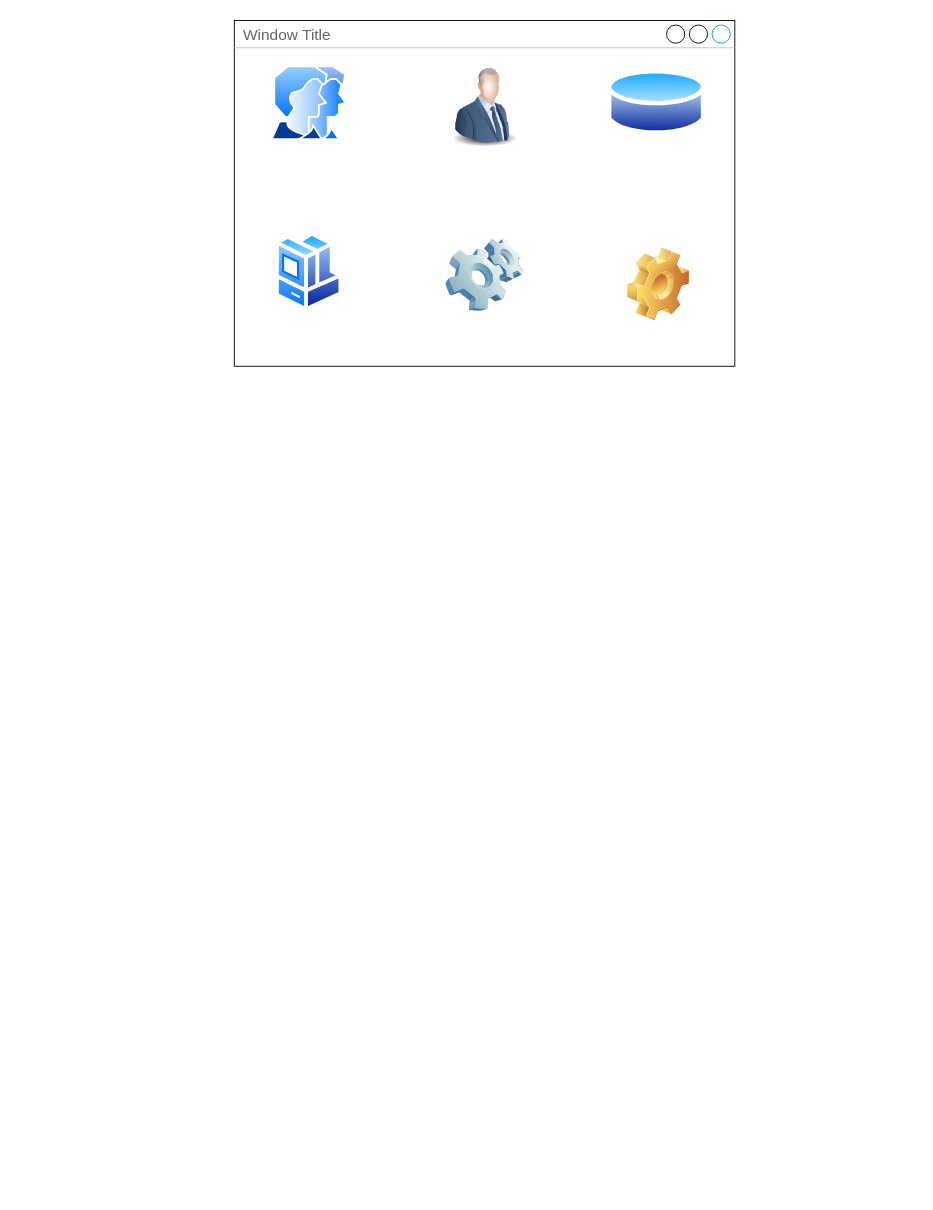
Above: Untitled Diagram.drawio in Adam-22-26/project-again (draw.io), before the change. Source tidied: cells renumbered, new cells numbered last; positions are measured from the earlier drawing's top-left corner, leaving out a move shared by most shapes. Both pictures are drawn from the tidied source at 91%, with x=0, y=0 at pixel (234, 20). Pictures stored in the file or linked from it are replaced by grey dashed boxes.
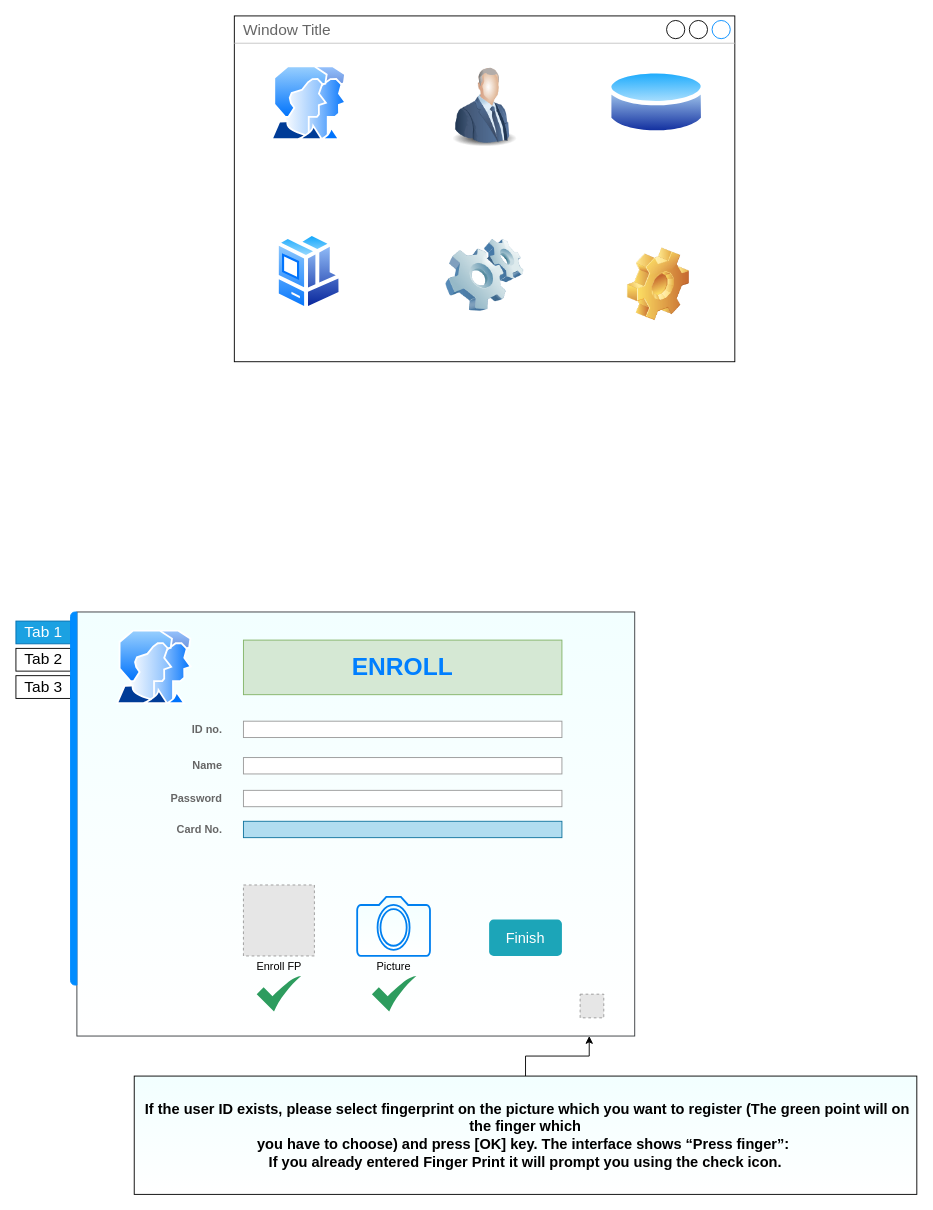
Above is the later version.

Change to the diagram source:
```diff
@@
     <mxCell id="2" value="Window Title" style="strokeWidth=1;shadow=0;dashed=0;align=center;html=1;shape=mxgraph.mockup.containers.window;align=left;verticalAlign=top;spacingLeft=8;strokeColor2=#008cff;strokeColor3=#c4c4c4;fontColor=#666666;mainText=;fontSize=17;labelBackgroundColor=none;" parent="1" vertex="1">
-      <mxGeometry width="550" height="380" as="geometry" />
+      <mxGeometry y="-5" width="550" height="380" as="geometry" />
     </mxCell>
@@
+    <mxCell id="9" style="strokeWidth=1;shadow=0;dashed=0;align=center;html=1;shape=mxgraph.mockup.containers.marginRect2;rectMarginLeft=67;strokeColor=#36393d;gradientColor=#ffffff;fillColor=#F2FFFF;" parent="1" vertex="1">
+      <mxGeometry x="-240" y="650" width="680" height="466" as="geometry" />
+    </mxCell>
+    <mxCell id="10" value="Tab 1" style="strokeColor=#006EAF;fillColor=#1ba1e2;strokeWidth=1;shadow=0;dashed=0;align=center;html=1;shape=mxgraph.mockup.containers.rrect;rSize=0;fontSize=17;fontColor=#ffffff;" parent="9" vertex="1">
+      <mxGeometry width="60" height="25" relative="1" as="geometry">
+        <mxPoint y="10" as="offset" />
+      </mxGeometry>
+    </mxCell>
+    <mxCell id="11" value="Tab 2" style="strokeWidth=1;shadow=0;dashed=0;align=center;html=1;shape=mxgraph.mockup.containers.rrect;rSize=0;fontSize=17;" parent="9" vertex="1">
+      <mxGeometry width="60" height="25" relative="1" as="geometry">
+        <mxPoint y="40" as="offset" />
+      </mxGeometry>
+    </mxCell>
+    <mxCell id="12" value="Tab 3" style="strokeWidth=1;shadow=0;dashed=0;align=center;html=1;shape=mxgraph.mockup.containers.rrect;rSize=0;fontSize=17;" parent="9" vertex="1">
+      <mxGeometry width="60" height="25" relative="1" as="geometry">
+        <mxPoint y="70" as="offset" />
+      </mxGeometry>
+    </mxCell>
+    <mxCell id="13" style="strokeWidth=1;shadow=0;dashed=0;align=center;html=1;shape=mxgraph.mockup.containers.leftButton;rSize=5;strokeColor=#008cff;fillColor=#008cff;" parent="9" vertex="1">
+      <mxGeometry width="7" height="410" relative="1" as="geometry">
+        <mxPoint x="60" as="offset" />
+      </mxGeometry>
+    </mxCell>
+    <mxCell id="14" style="perimeter=ellipsePerimeter;html=1;align=center;shadow=0;dashed=0;spacingTop=3;image;image=img/lib/active_directory/user_accounts.svg;" parent="9" vertex="1">
+      <mxGeometry x="110" y="20" width="84.3" height="81.8" as="geometry" />
+    </mxCell>
+    <mxCell id="15" value="&lt;b&gt;ID no.&lt;/b&gt;" style="strokeWidth=1;shadow=0;dashed=0;align=center;html=1;shape=mxgraph.mockup.forms.anchor;align=right;spacingRight=2;fontColor=#666666;" parent="9" vertex="1">
+      <mxGeometry x="180" y="120" width="50" height="18" as="geometry" />
+    </mxCell>
+    <mxCell id="16" style="strokeWidth=1;shadow=0;dashed=0;align=center;html=1;shape=mxgraph.mockup.forms.rrect;fillColor=#ffffff;rSize=0;fontColor=#666666;align=left;spacingLeft=3;strokeColor=#999999;" parent="9" vertex="1">
+      <mxGeometry x="250" y="120" width="350" height="18" as="geometry" />
+    </mxCell>
+    <mxCell id="17" value="&lt;b&gt;Name&lt;/b&gt;" style="strokeWidth=1;shadow=0;dashed=0;align=center;html=1;shape=mxgraph.mockup.forms.anchor;align=right;spacingRight=2;fontColor=#666666;" parent="9" vertex="1">
+      <mxGeometry x="180" y="160" width="50" height="18" as="geometry" />
+    </mxCell>
+    <mxCell id="18" style="strokeWidth=1;shadow=0;dashed=0;align=center;html=1;shape=mxgraph.mockup.forms.rrect;fillColor=#ffffff;rSize=0;fontColor=#666666;align=left;spacingLeft=3;strokeColor=#999999;" parent="9" vertex="1">
+      <mxGeometry x="250" y="160" width="350" height="18" as="geometry" />
+    </mxCell>
+    <mxCell id="19" value="&lt;b&gt;Password&lt;/b&gt;" style="strokeWidth=1;shadow=0;dashed=0;align=center;html=1;shape=mxgraph.mockup.forms.anchor;align=right;spacingRight=2;fontColor=#666666;" parent="9" vertex="1">
+      <mxGeometry x="180" y="196" width="50" height="18" as="geometry" />
+    </mxCell>
+    <mxCell id="20" style="strokeWidth=1;shadow=0;dashed=0;align=center;html=1;shape=mxgraph.mockup.forms.rrect;fillColor=#ffffff;rSize=0;fontColor=#666666;align=left;spacingLeft=3;strokeColor=#999999;" parent="9" vertex="1">
+      <mxGeometry x="250" y="196" width="350" height="18" as="geometry" />
+    </mxCell>
+    <mxCell id="21" value="&lt;b&gt;Card No.&lt;/b&gt;" style="strokeWidth=1;shadow=0;dashed=0;align=center;html=1;shape=mxgraph.mockup.forms.anchor;align=right;spacingRight=2;fontColor=#666666;" parent="9" vertex="1">
+      <mxGeometry x="180" y="230" width="50" height="18" as="geometry" />
+    </mxCell>
+    <mxCell id="22" style="strokeWidth=1;shadow=0;dashed=0;align=center;html=1;shape=mxgraph.mockup.forms.rrect;fillColor=#b1ddf0;rSize=0;align=left;spacingLeft=3;strokeColor=#10739e;" parent="9" vertex="1">
+      <mxGeometry x="250" y="230" width="350" height="18" as="geometry" />
+    </mxCell>
+    <mxCell id="23" value="Finish" style="html=1;shadow=0;dashed=0;shape=mxgraph.bootstrap.rrect;rSize=5;strokeColor=none;strokeWidth=1;fillColor=#1CA5B8;fontColor=#FFFFFF;whiteSpace=wrap;align=center;verticalAlign=middle;spacingLeft=0;fontStyle=0;fontSize=16;spacing=5;" parent="9" vertex="1">
+      <mxGeometry x="520" y="338" width="80" height="40" as="geometry" />
+    </mxCell>
+    <mxCell id="24" style="fillColor=#E6E6E6;strokeColor=#999999;dashed=1;html=1;verticalAlign=top;verticalLabelPosition=bottom;labelBackgroundColor=#ffffff;" parent="9" vertex="1">
+      <mxGeometry x="250" y="300" width="78" height="78" as="geometry" />
+    </mxCell>
+    <mxCell id="25" style="html=1;verticalLabelPosition=bottom;align=center;labelBackgroundColor=#ffffff;verticalAlign=top;strokeWidth=2;strokeColor=#0080F0;shadow=0;dashed=0;shape=mxgraph.ios7.icons.camera;fillColor=#F2FFFF;gradientColor=#ffffff;" parent="9" vertex="1">
+      <mxGeometry x="375" y="313" width="80" height="65" as="geometry" />
+    </mxCell>
+    <mxCell id="26" value="Enroll FP" style="text;html=1;align=center;verticalAlign=middle;fillColor=none;strokeColor=none;rounded=0;" parent="9" vertex="1">
+      <mxGeometry x="259" y="380" width="60" height="20" as="geometry" />
+    </mxCell>
+    <mxCell id="27" value="Picture" style="text;html=1;align=center;verticalAlign=middle;fillColor=none;strokeColor=none;rounded=0;" parent="9" vertex="1">
+      <mxGeometry x="390" y="380" width="50" height="20" as="geometry" />
+    </mxCell>
+    <mxCell id="28" style="fillColor=#E6E6E6;strokeColor=#999999;dashed=1;html=1;verticalAlign=top;verticalLabelPosition=bottom;labelBackgroundColor=#ffffff;" parent="9" vertex="1">
+      <mxGeometry x="620" y="420" width="26" height="26" as="geometry" />
+    </mxCell>
+    <mxCell id="29" style="html=1;strokeColor=none;shadow=0;align=center;verticalAlign=top;fillColor=#2D9C5E;shape=mxgraph.gcp2.check;" parent="9" vertex="1">
+      <mxGeometry x="264.6" y="400" width="48.8" height="39" as="geometry" />
+    </mxCell>
+    <mxCell id="30" style="html=1;strokeColor=none;shadow=0;align=center;verticalAlign=top;fillColor=#2D9C5E;shape=mxgraph.gcp2.check;" parent="9" vertex="1">
+      <mxGeometry x="391.2" y="400" width="48.8" height="39" as="geometry" />
+    </mxCell>
+    <mxCell id="31" value="&lt;font style=&quot;font-size: 27px&quot; color=&quot;#007fff&quot;&gt;&lt;b&gt;ENROLL&lt;/b&gt;&lt;/font&gt;" style="rounded=0;whiteSpace=wrap;html=1;fillColor=#d5e8d4;strokeColor=#82b366;" parent="9" vertex="1">
+      <mxGeometry x="250" y="30.9" width="350" height="60" as="geometry" />
+    </mxCell>
+    <mxCell id="32" style="edgeStyle=orthogonalEdgeStyle;rounded=0;jettySize=auto;html=1;" parent="1" edge="1" source="33" target="9">
+      <mxGeometry relative="1" as="geometry">
+        <Array as="points">
+          <mxPoint x="320" y="1138" />
+          <mxPoint x="390" y="1138" />
+        </Array>
+      </mxGeometry>
+    </mxCell>
+    <mxCell id="33" value="&lt;font style=&quot;font-size: 16px&quot;&gt;&lt;b&gt;&amp;nbsp;If the user ID exists, please select fingerprint on the picture which you want to register (The green point will on the finger which&lt;br&gt;you have to choose) and press [OK] key. The interface shows “Press finger”:&amp;nbsp;&lt;br&gt;If you already entered Finger Print it will prompt you using the check icon.&lt;br&gt;&lt;/b&gt;&lt;/font&gt;" style="rounded=0;whiteSpace=wrap;html=1;fillColor=#F2FFFF;gradientColor=#ffffff;" parent="1" vertex="1">
+      <mxGeometry x="-110" y="1160" width="860" height="130" as="geometry" />
+    </mxCell>
```
